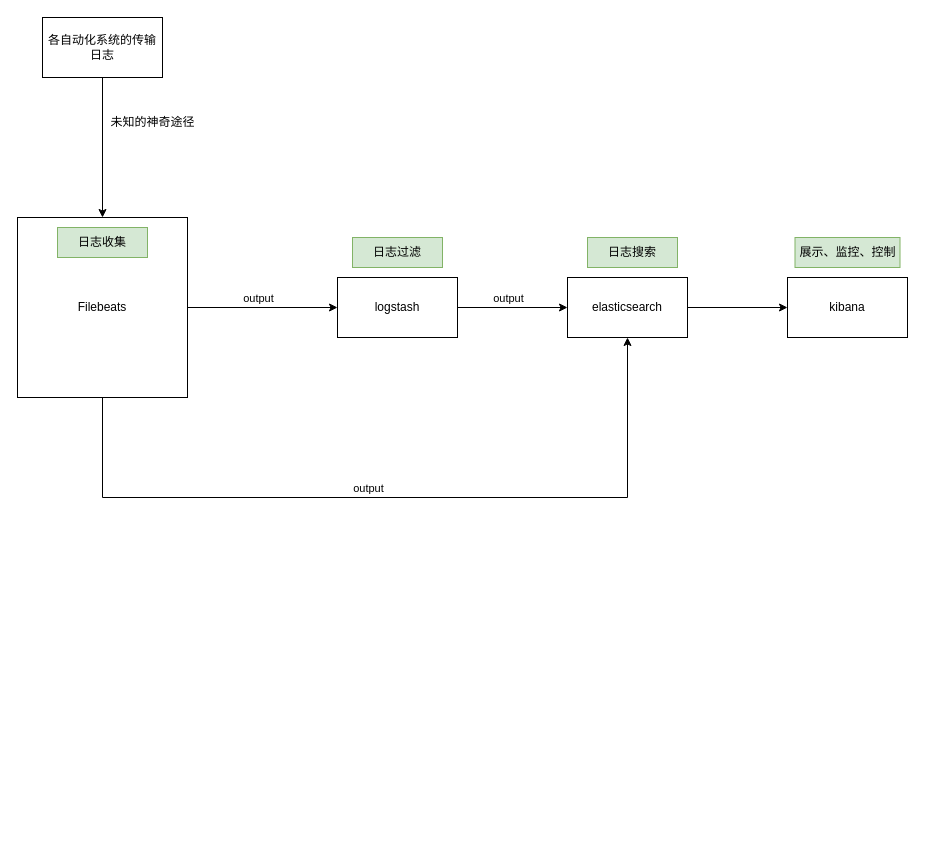
This is ELK.drawio from YingSi163/Effy, a draw.io file, before an edit. Source tidied: cells renumbered, new cells numbered last; positions are measured from the earlier drawing's top-left corner, leaving out a move shared by most shapes. Both pictures are drawn from the tidied source at 100%, with x=0, y=0 at pixel (17, 17).
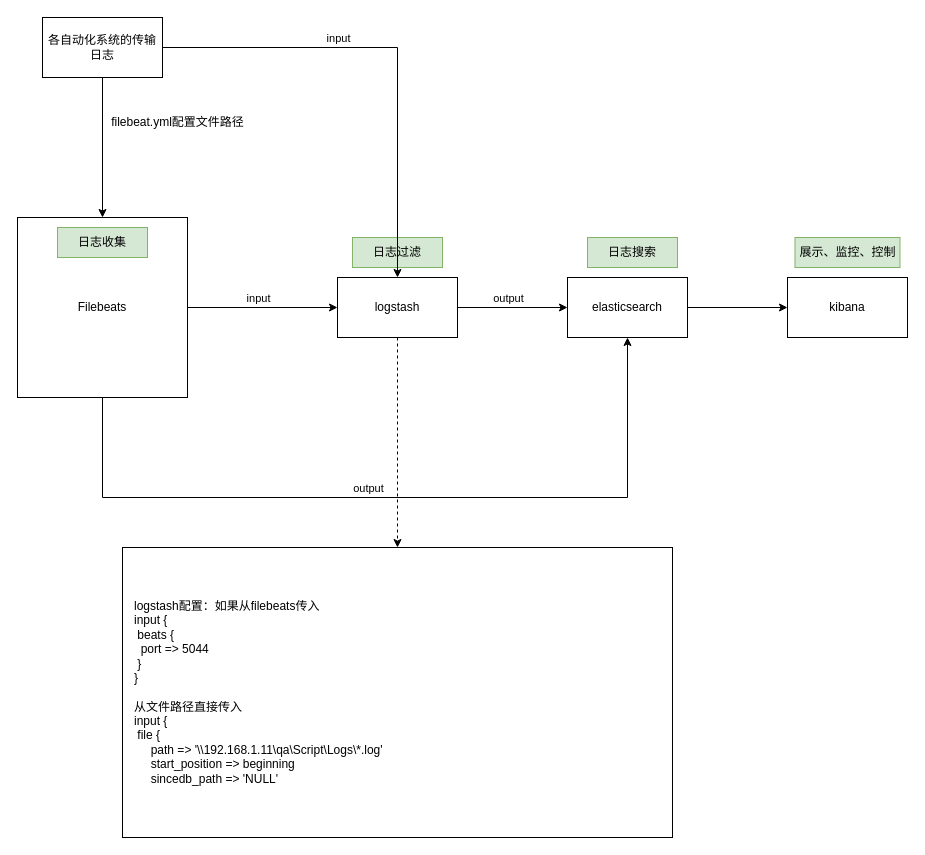
After the change.

The change refers to these unchanged cells:
```xml
<mxCell id="3" value="logstash" style="rounded=0;whiteSpace=wrap;html=1;" parent="1" vertex="1">
  <mxGeometry x="320" y="260" width="120" height="60" as="geometry" />
</mxCell>
<mxCell id="6" style="endArrow=classic;html=1;rounded=0;exitX=1;exitY=0.5;exitDx=0;exitDy=0;entryX=0;entryY=0.5;entryDx=0;entryDy=0;" parent="1" edge="1" source="2" target="3">
  <mxGeometry relative="1" as="geometry" />
</mxCell>
<mxCell id="14" value="各自动化系统的传输日志" style="rounded=0;whiteSpace=wrap;html=1;" parent="1" vertex="1">
  <mxGeometry x="25" width="120" height="60" as="geometry" />
</mxCell>
```

The edit, as a diff of the source:
```diff
@@
-    <mxCell id="7" value="output" style="edgeLabel;html=1;align=center;verticalAlign=middle;" parent="6" vertex="1">
+    <mxCell id="7" value="input" style="edgeLabel;html=1;align=center;verticalAlign=middle;" parent="6" vertex="1">
       <mxGeometry x="0.13" y="-1" relative="1" as="geometry">
         <mxPoint x="-15" y="-11" as="offset" />
       </mxGeometry>
     </mxCell>
@@
-    <mxCell id="16" value="未知的神奇途径" style="text;html=1;align=center;verticalAlign=middle;strokeColor=none;fillColor=none;" parent="1" vertex="1">
-      <mxGeometry x="80" y="90" width="110" height="30" as="geometry" />
+    <mxCell id="16" value="filebeat.yml配置文件路径" style="text;html=1;align=center;verticalAlign=middle;strokeColor=none;fillColor=none;" parent="1" vertex="1">
+      <mxGeometry x="80" y="90" width="160" height="30" as="geometry" />
     </mxCell>
@@
+    <mxCell id="20" style="rounded=0;whiteSpace=wrap;html=1;" parent="1" vertex="1">
+      <mxGeometry x="105" y="530" width="550" height="290" as="geometry" />
+    </mxCell>
+    <mxCell id="21" value="logstash配置：如果从filebeats传入&lt;br&gt;input {&lt;br&gt;&lt;span style=&quot;white-space: pre;&quot;&gt; &lt;/span&gt;beats {&lt;br&gt;&lt;span style=&quot;white-space: pre;&quot;&gt; &lt;/span&gt;&lt;span style=&quot;white-space: pre;&quot;&gt; &lt;/span&gt;port =&amp;gt; 5044&lt;br&gt;&lt;span style=&quot;white-space: pre;&quot;&gt; &lt;/span&gt;}&lt;br&gt;}&lt;br&gt;&lt;br&gt;从文件路径直接传入&lt;br&gt;input {&lt;br&gt;&lt;span style=&quot;white-space: pre;&quot;&gt; &lt;/span&gt;file {&lt;br&gt;&lt;span style=&quot;white-space: pre;&quot;&gt; &lt;/span&gt;&amp;nbsp; &amp;nbsp; path =&amp;gt; '\\192.168.1.11\qa\Script\Logs\*.log'&lt;br&gt;&lt;span style=&quot;white-space: pre;&quot;&gt; &lt;/span&gt;&amp;nbsp; &amp;nbsp; start_position =&amp;gt; beginning&lt;br&gt;&lt;span style=&quot;white-space: pre;&quot;&gt; &lt;/span&gt;&amp;nbsp; &amp;nbsp; sincedb_path =&amp;gt; 'NULL'" style="text;html=1;strokeColor=none;fillColor=none;align=left;verticalAlign=middle;whiteSpace=wrap;rounded=0;" parent="1" vertex="1">
+      <mxGeometry x="115" y="540" width="510" height="270" as="geometry" />
+    </mxCell>
+    <mxCell id="22" style="endArrow=classic;html=1;rounded=0;strokeColor=default;exitX=0.5;exitY=1;exitDx=0;exitDy=0;dashed=1;" parent="1" edge="1" source="3" target="20">
+      <mxGeometry relative="1" as="geometry" />
+    </mxCell>
+    <mxCell id="23" style="endArrow=classic;html=1;rounded=0;strokeColor=default;exitX=1;exitY=0.5;exitDx=0;exitDy=0;entryX=0.5;entryY=0;entryDx=0;entryDy=0;" parent="1" edge="1" source="14" target="3">
+      <mxGeometry relative="1" as="geometry">
+        <Array as="points">
+          <mxPoint x="380" y="30" />
+        </Array>
+      </mxGeometry>
+    </mxCell>
+    <mxCell id="24" value="input" style="edgeLabel;html=1;align=center;verticalAlign=middle;" parent="1" vertex="1">
+      <mxGeometry x="320" y="20" as="geometry" />
+    </mxCell>
```
